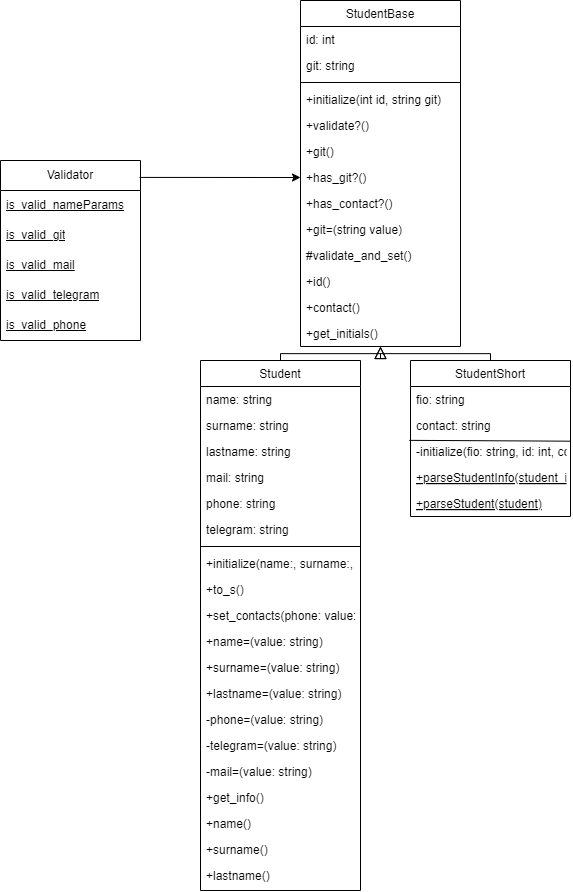
This is classDiagramm.png from MxVndI/Design-Patterns, a draw.io export, as it was before one commit. Source tidied: cells renumbered, new cells last; positions are measured from the earlier drawing's top-left corner, leaving out a move shared by most shapes.
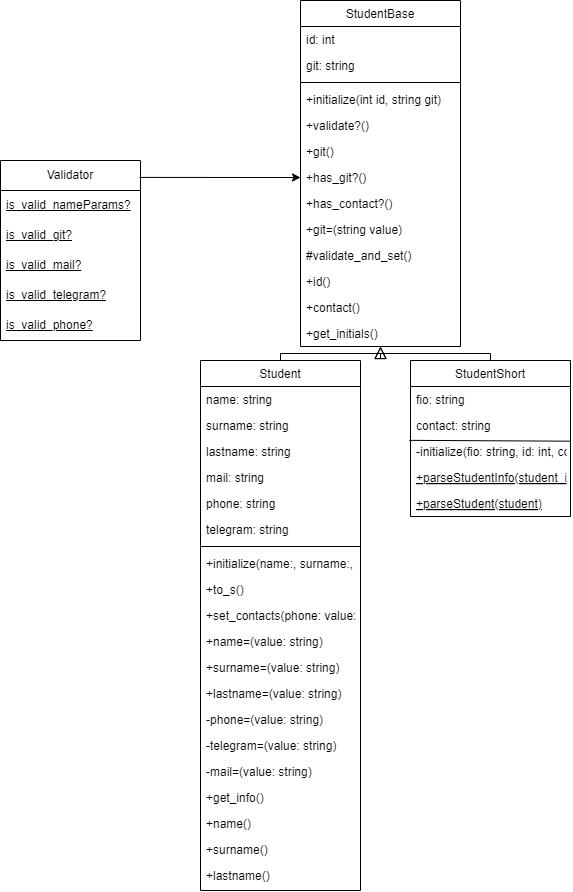
After the change.

Commit message:
upd diagramms, add "?" lab 2 task 1.11

What changed in the source:
```diff
@@ -137,19 +137,19 @@
     <mxCell id="46" value="Validator" style="swimlane;fontStyle=0;horizontal=1;startSize=30;whiteSpace=wrap;html=1;" parent="1" vertex="1">
       <mxGeometry y="160" width="140" height="180" as="geometry" />
     </mxCell>
-    <mxCell id="47" value="is_valid_nameParams" style="text;strokeColor=none;fillColor=none;align=left;verticalAlign=middle;spacingLeft=4;spacingRight=4;overflow=hidden;whiteSpace=wrap;html=1;fontStyle=4;" parent="46" vertex="1">
+    <mxCell id="47" value="is_valid_nameParams?" style="text;strokeColor=none;fillColor=none;align=left;verticalAlign=middle;spacingLeft=4;spacingRight=4;overflow=hidden;whiteSpace=wrap;html=1;fontStyle=4;" parent="46" vertex="1">
       <mxGeometry y="30" width="140" height="30" as="geometry" />
     </mxCell>
-    <mxCell id="48" value="is_valid_git" style="text;strokeColor=none;fillColor=none;align=left;verticalAlign=middle;spacingLeft=4;spacingRight=4;overflow=hidden;whiteSpace=wrap;html=1;fontStyle=4;" parent="46" vertex="1">
+    <mxCell id="48" value="is_valid_git?" style="text;strokeColor=none;fillColor=none;align=left;verticalAlign=middle;spacingLeft=4;spacingRight=4;overflow=hidden;whiteSpace=wrap;html=1;fontStyle=4;" parent="46" vertex="1">
       <mxGeometry y="60" width="140" height="30" as="geometry" />
     </mxCell>
-    <mxCell id="49" value="is_valid_mail" style="text;strokeColor=none;fillColor=none;align=left;verticalAlign=middle;spacingLeft=4;spacingRight=4;overflow=hidden;whiteSpace=wrap;html=1;fontStyle=4;" parent="46" vertex="1">
+    <mxCell id="49" value="is_valid_mail?" style="text;strokeColor=none;fillColor=none;align=left;verticalAlign=middle;spacingLeft=4;spacingRight=4;overflow=hidden;whiteSpace=wrap;html=1;fontStyle=4;" parent="46" vertex="1">
       <mxGeometry y="90" width="140" height="30" as="geometry" />
     </mxCell>
-    <mxCell id="50" value="is_valid_telegram" style="text;strokeColor=none;fillColor=none;align=left;verticalAlign=middle;spacingLeft=4;spacingRight=4;overflow=hidden;whiteSpace=wrap;html=1;fontStyle=4;" parent="46" vertex="1">
+    <mxCell id="50" value="is_valid_telegram?" style="text;strokeColor=none;fillColor=none;align=left;verticalAlign=middle;spacingLeft=4;spacingRight=4;overflow=hidden;whiteSpace=wrap;html=1;fontStyle=4;" parent="46" vertex="1">
       <mxGeometry y="120" width="140" height="30" as="geometry" />
     </mxCell>
-    <mxCell id="51" value="is_valid_phone" style="text;strokeColor=none;fillColor=none;align=left;verticalAlign=middle;spacingLeft=4;spacingRight=4;overflow=hidden;whiteSpace=wrap;html=1;fontStyle=4;" parent="46" vertex="1">
+    <mxCell id="51" value="is_valid_phone?" style="text;strokeColor=none;fillColor=none;align=left;verticalAlign=middle;spacingLeft=4;spacingRight=4;overflow=hidden;whiteSpace=wrap;html=1;fontStyle=4;" parent="46" vertex="1">
       <mxGeometry y="150" width="140" height="30" as="geometry" />
     </mxCell>
     <mxCell id="52" style="endArrow=classic;html=1;rounded=0;exitX=0.993;exitY=0.094;exitDx=0;exitDy=0;entryX=0;entryY=0.5;entryDx=0;entryDy=0;exitPerimeter=0;" parent="1" edge="1" source="46" target="9">
```
